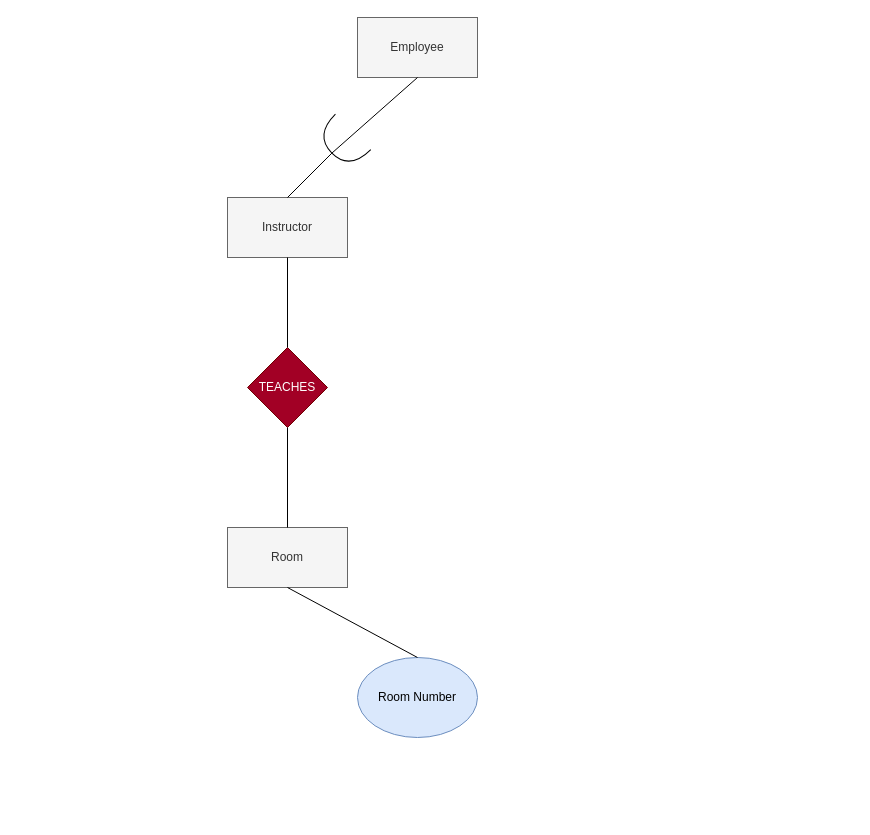
William-BC-CA/CPSC2221_Term_Project_Files keeps this draw.io diagram as Step 2 ER/EER Diagram.drawio. Above is the earlier version. Source tidied: cells renumbered, new cells numbered last; positions are measured from the earlier drawing's top-left corner, leaving out a move shared by most shapes. Both pictures are drawn from the tidied source at 100%, with x=0, y=0 at pixel (227, 17).
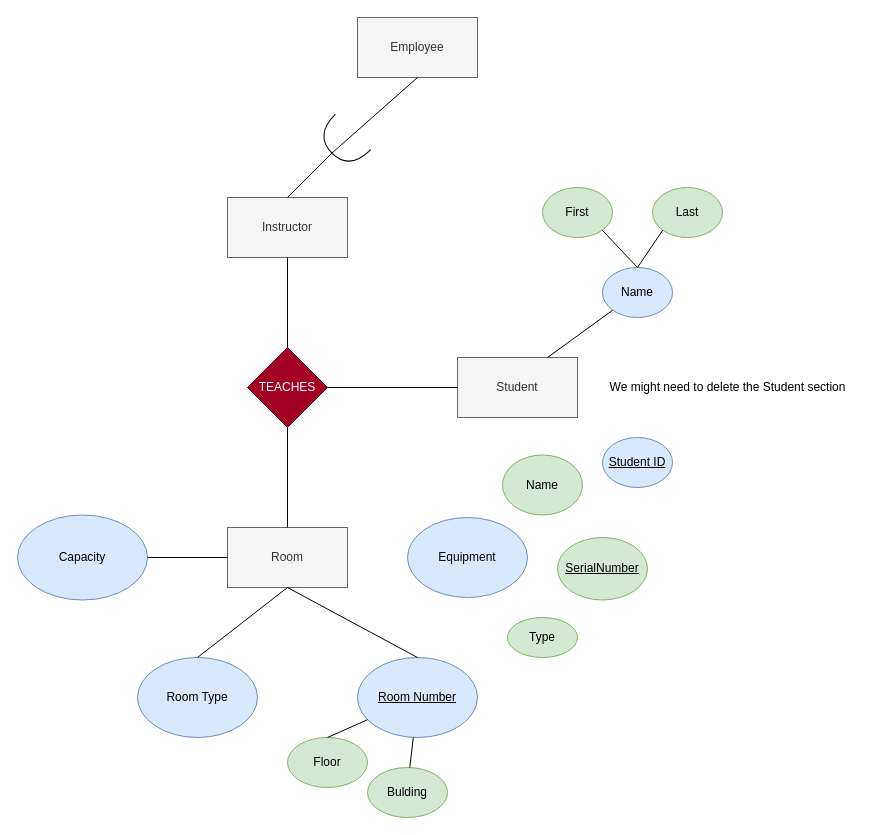
Above is the later version.

The change refers to these unchanged cells:
```xml
<mxCell id="4" value="Room" style="rounded=0;whiteSpace=wrap;html=1;fillColor=#f5f5f5;strokeColor=#666666;fontColor=#333333;" parent="1" vertex="1">
  <mxGeometry y="510" width="120" height="60" as="geometry" />
</mxCell>
<mxCell id="5" value="TEACHES" style="rhombus;whiteSpace=wrap;html=1;fillColor=#a20025;strokeColor=#6F0000;fontColor=#ffffff;" parent="1" vertex="1">
  <mxGeometry x="20" y="330" width="80" height="80" as="geometry" />
</mxCell>
```

What changed in the source:
```diff
@@
-    <mxCell id="11" value="Room Number" style="ellipse;whiteSpace=wrap;html=1;fillColor=#dae8fc;strokeColor=#6c8ebf;" parent="1" vertex="1">
+    <mxCell id="11" value="&lt;u&gt;Room Number&lt;/u&gt;" style="ellipse;whiteSpace=wrap;html=1;fillColor=#dae8fc;strokeColor=#6c8ebf;" parent="1" vertex="1">
       <mxGeometry x="130" y="640" width="120" height="80" as="geometry" />
     </mxCell>
@@
+    <mxCell id="13" value="Student" style="rounded=0;whiteSpace=wrap;html=1;fillColor=#f5f5f5;fontColor=#333333;strokeColor=#666666;" parent="1" vertex="1">
+      <mxGeometry x="230" y="340" width="120" height="60" as="geometry" />
+    </mxCell>
+    <mxCell id="14" style="endArrow=none;html=1;exitX=1;exitY=0.5;exitDx=0;exitDy=0;entryX=0;entryY=0.5;entryDx=0;entryDy=0;" parent="1" edge="1" source="5" target="13">
+      <mxGeometry relative="1" as="geometry" />
+    </mxCell>
+    <mxCell id="15" value="Name" style="ellipse;whiteSpace=wrap;html=1;fillColor=#dae8fc;strokeColor=#6c8ebf;" parent="1" vertex="1">
+      <mxGeometry x="375" y="250" width="70" height="50" as="geometry" />
+    </mxCell>
+    <mxCell id="16" value="First" style="ellipse;whiteSpace=wrap;html=1;fillColor=#d5e8d4;strokeColor=#82b366;" parent="1" vertex="1">
+      <mxGeometry x="315" y="170" width="70" height="50" as="geometry" />
+    </mxCell>
+    <mxCell id="17" value="Last" style="ellipse;whiteSpace=wrap;html=1;fillColor=#d5e8d4;strokeColor=#82b366;" parent="1" vertex="1">
+      <mxGeometry x="425" y="170" width="70" height="50" as="geometry" />
+    </mxCell>
+    <mxCell id="18" style="endArrow=none;html=1;entryX=0;entryY=1;entryDx=0;entryDy=0;exitX=0.5;exitY=0;exitDx=0;exitDy=0;" parent="1" edge="1" source="15" target="17">
+      <mxGeometry relative="1" as="geometry" />
+    </mxCell>
+    <mxCell id="19" style="endArrow=none;html=1;entryX=1;entryY=1;entryDx=0;entryDy=0;exitX=0.5;exitY=0;exitDx=0;exitDy=0;" parent="1" edge="1" source="15" target="16">
+      <mxGeometry relative="1" as="geometry" />
+    </mxCell>
+    <mxCell id="20" style="endArrow=none;html=1;entryX=0;entryY=1;entryDx=0;entryDy=0;exitX=0.75;exitY=0;exitDx=0;exitDy=0;" parent="1" edge="1" source="13" target="15">
+      <mxGeometry relative="1" as="geometry" />
+    </mxCell>
+    <mxCell id="21" value="&lt;u&gt;Student ID&lt;/u&gt;" style="ellipse;whiteSpace=wrap;html=1;fillColor=#dae8fc;strokeColor=#6c8ebf;" parent="1" vertex="1">
+      <mxGeometry x="375" y="420" width="70" height="50" as="geometry" />
+    </mxCell>
+    <mxCell id="22" value="Bulding" style="ellipse;whiteSpace=wrap;html=1;fillColor=#d5e8d4;strokeColor=#82b366;" parent="1" vertex="1">
+      <mxGeometry x="140" y="750" width="80" height="50" as="geometry" />
+    </mxCell>
+    <mxCell id="23" value="Floor" style="ellipse;whiteSpace=wrap;html=1;fillColor=#d5e8d4;strokeColor=#82b366;" parent="1" vertex="1">
+      <mxGeometry x="60" y="720" width="80" height="50" as="geometry" />
+    </mxCell>
+    <mxCell id="24" value="Name" style="ellipse;whiteSpace=wrap;html=1;fillColor=#d5e8d4;strokeColor=#82b366;" parent="1" vertex="1">
+      <mxGeometry x="275" y="437.5" width="80" height="60" as="geometry" />
+    </mxCell>
+    <mxCell id="25" style="endArrow=none;html=1;exitX=0.5;exitY=0;exitDx=0;exitDy=0;" parent="1" edge="1" source="23" target="11">
+      <mxGeometry relative="1" as="geometry" />
+    </mxCell>
+    <mxCell id="26" style="endArrow=none;html=1;" parent="1" edge="1" source="22" target="11">
+      <mxGeometry relative="1" as="geometry" />
+    </mxCell>
+    <mxCell id="27" value="Room Type" style="ellipse;whiteSpace=wrap;html=1;fillColor=#dae8fc;strokeColor=#6c8ebf;" parent="1" vertex="1">
+      <mxGeometry x="-90" y="640" width="120" height="80" as="geometry" />
+    </mxCell>
+    <mxCell id="28" style="endArrow=none;html=1;entryX=0.5;entryY=1;entryDx=0;entryDy=0;exitX=0.5;exitY=0;exitDx=0;exitDy=0;" parent="1" edge="1" source="27" target="4">
+      <mxGeometry relative="1" as="geometry" />
+    </mxCell>
+    <mxCell id="29" value="Capacity" style="ellipse;whiteSpace=wrap;html=1;fillColor=#dae8fc;strokeColor=#6c8ebf;" parent="1" vertex="1">
+      <mxGeometry x="-210" y="497.5" width="130" height="85" as="geometry" />
+    </mxCell>
+    <mxCell id="30" style="endArrow=none;html=1;entryX=1;entryY=0.5;entryDx=0;entryDy=0;exitX=0;exitY=0.5;exitDx=0;exitDy=0;" parent="1" edge="1" source="4" target="29">
+      <mxGeometry relative="1" as="geometry" />
+    </mxCell>
+    <mxCell id="31" value="Equipment" style="ellipse;whiteSpace=wrap;html=1;fillColor=#dae8fc;strokeColor=#6c8ebf;" parent="1" vertex="1">
+      <mxGeometry x="180" y="500" width="120" height="80" as="geometry" />
+    </mxCell>
+    <mxCell id="32" value="Type" style="ellipse;whiteSpace=wrap;html=1;fillColor=#d5e8d4;strokeColor=#82b366;" parent="1" vertex="1">
+      <mxGeometry x="280" y="600" width="70" height="40" as="geometry" />
+    </mxCell>
+    <mxCell id="33" value="&lt;u&gt;SerialNumber&lt;/u&gt;" style="ellipse;whiteSpace=wrap;html=1;fillColor=#d5e8d4;strokeColor=#82b366;" parent="1" vertex="1">
+      <mxGeometry x="330" y="520" width="90" height="62.5" as="geometry" />
+    </mxCell>
+    <mxCell id="34" value="We might need to delete the Student section" style="text;html=1;align=center;verticalAlign=middle;strokeColor=none;fillColor=none;" parent="1" vertex="1">
+      <mxGeometry x="375" y="360" width="250" height="20" as="geometry" />
+    </mxCell>
```
